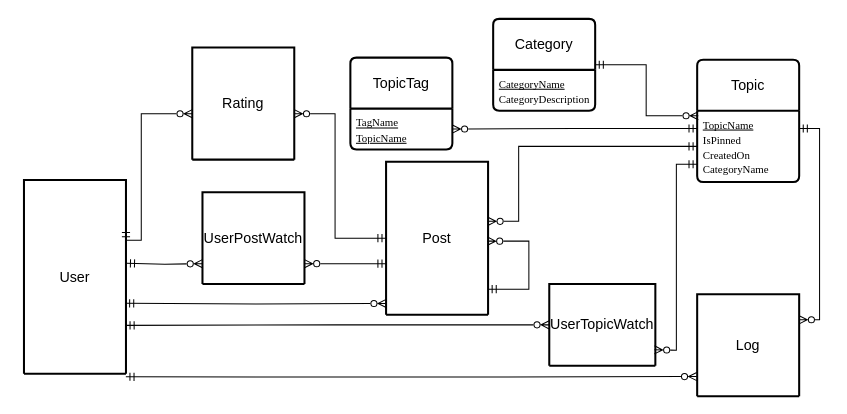
This is CSC 370/A6ERD.drawio from amirabdullahi1/gold, a draw.io file, before an edit. Source tidied: cells renumbered, new cells numbered last; positions are measured from the earlier drawing's top-left corner, leaving out a move shared by most shapes. Both pictures are drawn from the tidied source at 102%, with x=0, y=0 at pixel (23, 18).
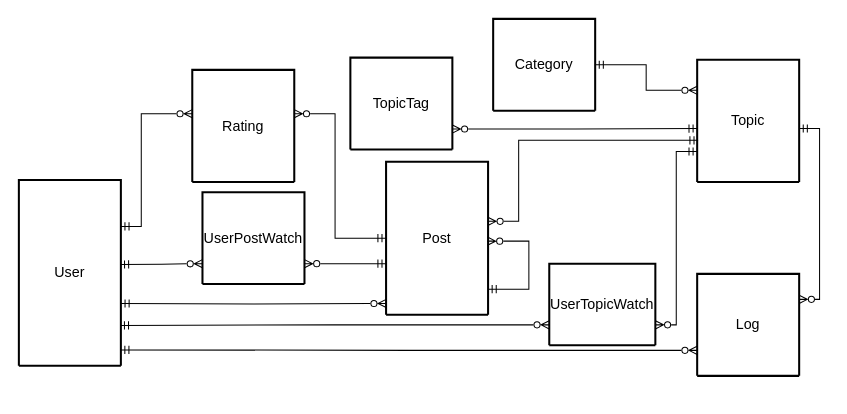
The same diagram, later.

Diff of the diagram source:
```diff
@@
     <mxCell id="2" value="User" style="swimlane;horizontal=1;startSize=190;rounded=1;fontSize=14;fontStyle=0;strokeWidth=2;shadow=0;dashed=0;align=center;arcSize=4;whiteSpace=wrap;html=1;" parent="1" vertex="1">
-      <mxGeometry y="158" width="100" height="190" as="geometry" />
+      <mxGeometry x="-5" y="158" width="100" height="182" as="geometry" />
     </mxCell>
-    <mxCell id="3" value="Topic" style="swimlane;horizontal=1;startSize=50;rounded=1;fontSize=14;fontStyle=0;strokeWidth=2;shadow=0;dashed=0;align=center;arcSize=4;whiteSpace=wrap;html=1;" parent="1" vertex="1">
+    <mxCell id="3" value="Topic" style="swimlane;horizontal=1;startSize=120;rounded=1;fontSize=14;fontStyle=0;strokeWidth=2;shadow=0;dashed=0;align=center;arcSize=4;whiteSpace=wrap;html=1;" parent="1" vertex="1">
       <mxGeometry x="660" y="40" width="100" height="120" as="geometry" />
     </mxCell>
-    <mxCell id="4" value="&lt;span id=&quot;docs-internal-guid-335b155d-7fff-7523-f10d-542a459f4298&quot;&gt;&lt;span style=&quot;font-size: 8pt; font-family: &amp;quot;Times New Roman&amp;quot;, serif; background-color: transparent; font-variant-numeric: normal; font-variant-east-asian: normal; font-variant-alternates: normal; font-variant-position: normal; text-decoration-line: underline; text-decoration-skip-ink: none; vertical-align: baseline; white-space: pre-wrap;&quot;&gt;TopicName&lt;/span&gt;&lt;span style=&quot;font-size: 8pt; font-family: &amp;quot;Times New Roman&amp;quot;, serif; background-color: transparent; font-variant-numeric: normal; font-variant-east-asian: normal; font-variant-alternates: normal; font-variant-position: normal; vertical-align: baseline; white-space: pre-wrap;&quot;&gt; &lt;/span&gt;&lt;/span&gt;&lt;div&gt;&lt;span&gt;&lt;span style=&quot;font-size: 8pt; font-family: &amp;quot;Times New Roman&amp;quot;, serif; background-color: transparent; font-variant-numeric: normal; font-variant-east-asian: normal; font-variant-alternates: normal; font-variant-position: normal; vertical-align: baseline; white-space: pre-wrap;&quot;&gt;IsPinned&lt;/span&gt;&lt;/span&gt;&lt;/div&gt;&lt;div&gt;&lt;span&gt;&lt;span style=&quot;font-size: 8pt; font-family: &amp;quot;Times New Roman&amp;quot;, serif; background-color: transparent; font-variant-numeric: normal; font-variant-east-asian: normal; font-variant-alternates: normal; font-variant-position: normal; vertical-align: baseline; white-space: pre-wrap;&quot;&gt;CreatedOn&lt;/span&gt;&lt;/span&gt;&lt;/div&gt;&lt;div&gt;&lt;span&gt;&lt;span style=&quot;font-size: 8pt; font-family: &amp;quot;Times New Roman&amp;quot;, serif; background-color: transparent; font-variant-numeric: normal; font-variant-east-asian: normal; font-variant-alternates: normal; font-variant-position: normal; vertical-align: baseline; white-space: pre-wrap;&quot;&gt;CategoryName&lt;/span&gt;&lt;/span&gt;&lt;/div&gt;" style="align=left;strokeColor=none;fillColor=none;spacingLeft=4;fontSize=12;verticalAlign=top;html=1;" parent="3" vertex="1">
-      <mxGeometry y="50" width="100" height="70" as="geometry" />
-    </mxCell>
-    <mxCell id="5" value="Category" style="swimlane;horizontal=1;startSize=50;rounded=1;fontSize=14;fontStyle=0;strokeWidth=2;shadow=0;dashed=0;align=center;arcSize=4;whiteSpace=wrap;html=1;" parent="1" vertex="1">
+    <mxCell id="5" value="Category" style="swimlane;horizontal=1;startSize=90;rounded=1;fontSize=14;fontStyle=0;strokeWidth=2;shadow=0;dashed=0;align=center;arcSize=4;whiteSpace=wrap;html=1;" parent="1" vertex="1">
       <mxGeometry x="460" width="100" height="90" as="geometry" />
     </mxCell>
-    <mxCell id="6" value="&lt;div&gt;&lt;span id=&quot;docs-internal-guid-a9246f1b-7fff-1da8-deb1-7f265e0de8ad&quot;&gt;&lt;span style=&quot;font-size: 8pt; font-family: &amp;quot;Times New Roman&amp;quot;, serif; background-color: transparent; font-variant-numeric: normal; font-variant-east-asian: normal; font-variant-alternates: normal; font-variant-position: normal; text-decoration-line: underline; text-decoration-skip-ink: none; vertical-align: baseline; white-space: pre-wrap;&quot;&gt;CategoryName&lt;/span&gt;&lt;/span&gt;&lt;/div&gt;&lt;div&gt;&lt;span&gt;&lt;span style=&quot;font-size: 8pt; font-family: &amp;quot;Times New Roman&amp;quot;, serif; background-color: transparent; font-variant-numeric: normal; font-variant-east-asian: normal; font-variant-alternates: normal; font-variant-position: normal; vertical-align: baseline; white-space: pre-wrap;&quot;&gt;CategoryDescription&lt;/span&gt;&lt;/span&gt;&lt;/div&gt;" style="align=left;strokeColor=none;fillColor=none;spacingLeft=4;fontSize=12;verticalAlign=top;html=1;" parent="5" vertex="1">
-      <mxGeometry y="50" width="100" height="40" as="geometry" />
-    </mxCell>
@@
-    <mxCell id="9" value="TopicTag" style="swimlane;horizontal=1;startSize=50;rounded=1;fontSize=14;fontStyle=0;strokeWidth=2;shadow=0;dashed=0;align=center;arcSize=4;whiteSpace=wrap;html=1;" parent="1" vertex="1">
+    <mxCell id="9" value="TopicTag" style="swimlane;horizontal=1;startSize=90;rounded=1;fontSize=14;fontStyle=0;strokeWidth=2;shadow=0;dashed=0;align=center;arcSize=4;whiteSpace=wrap;html=1;" parent="1" vertex="1">
       <mxGeometry x="320" y="38" width="100" height="90" as="geometry" />
     </mxCell>
-    <mxCell id="10" value="&lt;span id=&quot;docs-internal-guid-04a7103e-7fff-6b36-e854-a5276be4d943&quot;&gt;&lt;span style=&quot;font-size: 8pt; font-family: &amp;quot;Times New Roman&amp;quot;, serif; background-color: transparent; font-variant-numeric: normal; font-variant-east-asian: normal; font-variant-alternates: normal; font-variant-position: normal; text-decoration-line: underline; text-decoration-skip-ink: none; vertical-align: baseline; white-space: pre-wrap;&quot;&gt;TagName&lt;/span&gt;&lt;/span&gt;&lt;div&gt;&lt;span&gt;&lt;span style=&quot;font-size: 8pt; font-family: &amp;quot;Times New Roman&amp;quot;, serif; background-color: transparent; font-variant-numeric: normal; font-variant-east-asian: normal; font-variant-alternates: normal; font-variant-position: normal; vertical-align: baseline; white-space: pre-wrap;&quot;&gt;&lt;u&gt;TopicName&lt;/u&gt;&lt;/span&gt;&lt;/span&gt;&lt;/div&gt;" style="align=left;strokeColor=none;fillColor=none;spacingLeft=4;fontSize=12;verticalAlign=top;html=1;" parent="9" vertex="1">
-      <mxGeometry y="50" width="100" height="40" as="geometry" />
-    </mxCell>
     <mxCell id="11" style="edgeStyle=orthogonalEdgeStyle;rounded=0;jettySize=auto;html=1;entryX=1;entryY=0.25;entryDx=0;entryDy=0;startArrow=ERzeroToMany;startFill=0;endArrow=ERmandOne;endFill=0;exitX=0;exitY=0.25;exitDx=0;exitDy=0;" parent="1" edge="1" target="2">
       <mxGeometry relative="1" as="geometry">
         <mxPoint x="165" y="93" as="sourcePoint" />
         <Array as="points">
           <mxPoint x="115" y="93" />
-          <mxPoint x="115" y="217" />
+          <mxPoint x="115" y="203" />
         </Array>
       </mxGeometry>
     </mxCell>
     <mxCell id="12" value="Rating" style="swimlane;horizontal=1;startSize=110;rounded=1;fontSize=14;fontStyle=0;strokeWidth=2;shadow=0;dashed=0;align=center;arcSize=4;whiteSpace=wrap;html=1;" parent="1" vertex="1">
-      <mxGeometry x="165" y="28" width="100" height="110" as="geometry" />
+      <mxGeometry x="165" y="50" width="100" height="110" as="geometry" />
     </mxCell>
@@
     <mxCell id="14" value="UserTopicWatch" style="swimlane;horizontal=1;startSize=80;rounded=1;fontSize=14;fontStyle=0;strokeWidth=2;shadow=0;dashed=0;align=center;arcSize=9;whiteSpace=wrap;html=1;" parent="1" vertex="1">
-      <mxGeometry x="515" y="260" width="104" height="80" as="geometry" />
+      <mxGeometry x="515" y="240" width="104" height="80" as="geometry" />
     </mxCell>
     <mxCell id="15" value="Log" style="swimlane;horizontal=1;startSize=100;rounded=1;fontSize=14;fontStyle=0;strokeWidth=2;shadow=0;dashed=0;align=center;arcSize=4;whiteSpace=wrap;html=1;" parent="1" vertex="1">
-      <mxGeometry x="660" y="270" width="100" height="100" as="geometry" />
+      <mxGeometry x="660" y="250" width="100" height="100" as="geometry" />
     </mxCell>
-    <mxCell id="16" style="edgeStyle=orthogonalEdgeStyle;rounded=0;orthogonalLoop=1;jettySize=auto;html=1;entryX=0.996;entryY=0.421;entryDx=0;entryDy=0;entryPerimeter=0;endArrow=ERmandOne;endFill=0;startArrow=ERzeroToMany;startFill=0;exitX=0.001;exitY=0.89;exitDx=0;exitDy=0;exitPerimeter=0;" parent="1" edge="1">
+    <mxCell id="16" style="edgeStyle=orthogonalEdgeStyle;rounded=0;jettySize=auto;html=1;entryX=1.001;entryY=0.665;entryDx=0;entryDy=0;entryPerimeter=0;endArrow=ERmandOne;endFill=0;startArrow=ERzeroToMany;startFill=0;exitX=0.001;exitY=0.89;exitDx=0;exitDy=0;exitPerimeter=0;" parent="1" edge="1" target="2">
       <mxGeometry relative="1" as="geometry">
         <mxPoint x="355.1" y="279" as="sourcePoint" />
-        <mxPoint x="99.6" y="278.9" as="targetPoint" />
       </mxGeometry>
     </mxCell>
-    <mxCell id="17" style="edgeStyle=orthogonalEdgeStyle;rounded=0;orthogonalLoop=1;jettySize=auto;html=1;entryX=1.004;entryY=0.14;entryDx=0;entryDy=0;entryPerimeter=0;endArrow=ERmandOne;endFill=0;startArrow=ERzeroToMany;startFill=0;" parent="1" edge="1">
+    <mxCell id="17" style="edgeStyle=orthogonalEdgeStyle;rounded=0;jettySize=auto;html=1;entryX=0.996;entryY=0.455;entryDx=0;entryDy=0;entryPerimeter=0;endArrow=ERmandOne;endFill=0;startArrow=ERzeroToMany;startFill=0;" parent="1" edge="1" target="2">
       <mxGeometry relative="1" as="geometry">
         <mxPoint x="175" y="240" as="sourcePoint" />
-        <mxPoint x="100.4" y="239.6" as="targetPoint" />
       </mxGeometry>
     </mxCell>
-    <mxCell id="18" style="edgeStyle=orthogonalEdgeStyle;rounded=0;jettySize=auto;html=1;entryX=1;entryY=0.75;entryDx=0;entryDy=0;endArrow=ERmandOne;endFill=0;startArrow=ERzeroToMany;startFill=0;exitX=0;exitY=0.5;exitDx=0;exitDy=0;" parent="1" edge="1" source="14" target="2">
+    <mxCell id="18" style="edgeStyle=orthogonalEdgeStyle;rounded=0;jettySize=auto;html=1;entryX=0.995;entryY=0.783;entryDx=0;entryDy=0;endArrow=ERmandOne;endFill=0;startArrow=ERzeroToMany;startFill=0;exitX=0;exitY=0.75;exitDx=0;exitDy=0;entryPerimeter=0;" parent="1" edge="1" source="14" target="2">
       <mxGeometry relative="1" as="geometry" />
     </mxCell>
-    <mxCell id="19" style="edgeStyle=orthogonalEdgeStyle;rounded=0;orthogonalLoop=1;jettySize=auto;html=1;entryX=0.999;entryY=0.935;entryDx=0;entryDy=0;endArrow=ERmandOne;endFill=0;startArrow=ERzeroToMany;startFill=0;entryPerimeter=0;exitX=-0.004;exitY=0.613;exitDx=0;exitDy=0;exitPerimeter=0;" parent="1" edge="1">
-      <mxGeometry relative="1" as="geometry">
-        <mxPoint x="659.6" y="350.7" as="sourcePoint" />
-        <mxPoint x="99.9" y="350.9" as="targetPoint" />
-      </mxGeometry>
+    <mxCell id="19" style="edgeStyle=orthogonalEdgeStyle;rounded=0;jettySize=auto;html=1;entryX=0.999;entryY=0.915;entryDx=0;entryDy=0;endArrow=ERmandOne;endFill=0;startArrow=ERzeroToMany;startFill=0;entryPerimeter=0;exitX=0;exitY=0.75;exitDx=0;exitDy=0;" parent="1" edge="1" source="15" target="2">
+      <mxGeometry relative="1" as="geometry" />
     </mxCell>
@@
-    <mxCell id="22" style="edgeStyle=orthogonalEdgeStyle;rounded=0;jettySize=auto;html=1;entryX=0;entryY=0.5;entryDx=0;entryDy=0;exitX=0.998;exitY=0.085;exitDx=0;exitDy=0;exitPerimeter=0;endArrow=ERmandOne;endFill=0;startArrow=ERzeroToMany;startFill=0;" parent="1" edge="1" target="4">
+    <mxCell id="22" style="edgeStyle=orthogonalEdgeStyle;rounded=0;jettySize=auto;html=1;entryX=0.009;entryY=0.659;entryDx=0;entryDy=0;exitX=0.998;exitY=0.085;exitDx=0;exitDy=0;exitPerimeter=0;endArrow=ERmandOne;endFill=0;startArrow=ERzeroToMany;startFill=0;entryPerimeter=0;" parent="1" edge="1" target="3">
       <mxGeometry relative="1" as="geometry">
         <mxPoint x="454.8" y="198.5" as="sourcePoint" />
         <Array as="points">
           <mxPoint x="485" y="199" />
-          <mxPoint x="485" y="125" />
+          <mxPoint x="485" y="119" />
         </Array>
       </mxGeometry>
     </mxCell>
-    <mxCell id="23" style="edgeStyle=orthogonalEdgeStyle;rounded=0;jettySize=auto;html=1;entryX=0;entryY=0.75;entryDx=0;entryDy=0;endArrow=ERmandOne;endFill=0;startArrow=ERzeroToMany;startFill=0;exitX=0.991;exitY=0.609;exitDx=0;exitDy=0;exitPerimeter=0;" parent="1" edge="1" target="4">
-      <mxGeometry relative="1" as="geometry">
-        <mxPoint x="618.1" y="324.4" as="sourcePoint" />
-      </mxGeometry>
+    <mxCell id="23" style="edgeStyle=orthogonalEdgeStyle;rounded=0;jettySize=auto;html=1;endArrow=ERmandOne;endFill=0;startArrow=ERzeroToMany;startFill=0;exitX=1;exitY=0.75;exitDx=0;exitDy=0;entryX=0;entryY=0.75;entryDx=0;entryDy=0;" parent="1" edge="1" source="14" target="3">
+      <mxGeometry relative="1" as="geometry" />
     </mxCell>
-    <mxCell id="24" style="edgeStyle=orthogonalEdgeStyle;rounded=0;jettySize=auto;html=1;exitX=0;exitY=0.25;exitDx=0;exitDy=0;entryX=1;entryY=0.5;entryDx=0;entryDy=0;startArrow=ERmandOne;startFill=0;endArrow=ERzeroToMany;endFill=0;" parent="1" edge="1" source="4" target="10">
-      <mxGeometry relative="1" as="geometry" />
+    <mxCell id="24" style="edgeStyle=orthogonalEdgeStyle;rounded=0;orthogonalLoop=1;jettySize=auto;html=1;exitX=0;exitY=0.25;exitDx=0;exitDy=0;entryX=1;entryY=0.5;entryDx=0;entryDy=0;startArrow=ERmandOne;startFill=0;endArrow=ERzeroToMany;endFill=0;" parent="1" edge="1">
+      <mxGeometry relative="1" as="geometry">
+        <mxPoint x="660" y="107.5" as="sourcePoint" />
+        <mxPoint x="420" y="108" as="targetPoint" />
+      </mxGeometry>
     </mxCell>
-    <mxCell id="25" style="edgeStyle=orthogonalEdgeStyle;rounded=0;jettySize=auto;html=1;entryX=0.011;entryY=0.071;entryDx=0;entryDy=0;entryPerimeter=0;endArrow=ERzeroToMany;endFill=0;startArrow=ERmandOne;startFill=0;" parent="1" edge="1" source="5" target="4">
+    <mxCell id="25" style="edgeStyle=orthogonalEdgeStyle;rounded=0;jettySize=auto;html=1;endArrow=ERzeroToMany;endFill=0;startArrow=ERmandOne;startFill=0;entryX=0;entryY=0.25;entryDx=0;entryDy=0;" parent="1" edge="1" source="5" target="3">
       <mxGeometry relative="1" as="geometry" />
     </mxCell>
-    <mxCell id="26" style="edgeStyle=orthogonalEdgeStyle;rounded=0;jettySize=auto;html=1;entryX=1;entryY=0.25;entryDx=0;entryDy=0;exitX=1;exitY=0.25;exitDx=0;exitDy=0;endArrow=ERmandOne;endFill=0;startArrow=ERzeroToMany;startFill=0;" parent="1" edge="1" source="15" target="4">
-      <mxGeometry relative="1" as="geometry" />
+    <mxCell id="26" style="edgeStyle=orthogonalEdgeStyle;rounded=0;jettySize=auto;html=1;entryX=1;entryY=0.25;entryDx=0;entryDy=0;exitX=1;exitY=0.25;exitDx=0;exitDy=0;endArrow=ERmandOne;endFill=0;startArrow=ERzeroToMany;startFill=0;" parent="1" edge="1" source="15">
+      <mxGeometry relative="1" as="geometry">
+        <mxPoint x="760" y="107.5" as="targetPoint" />
+        <Array as="points">
+          <mxPoint x="780" y="275" />
+          <mxPoint x="780" y="108" />
+        </Array>
+      </mxGeometry>
     </mxCell>
```
